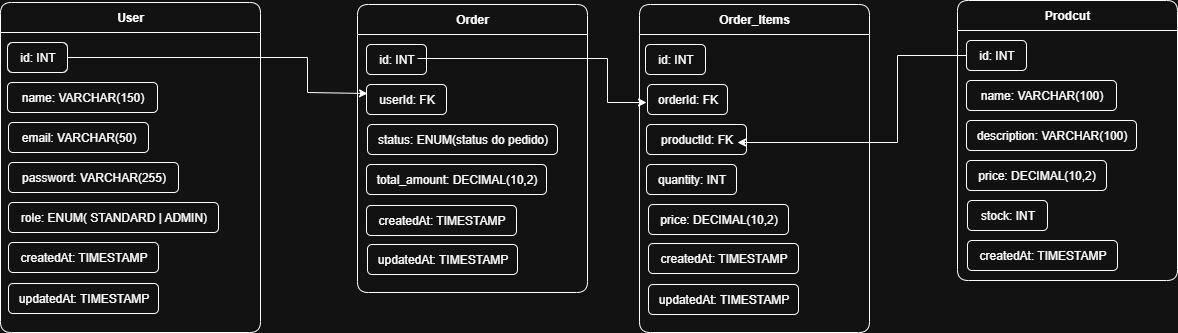
This is sale-candy-backend/diagrama database/sale-candy.drawio.png from antonioximens/sale-candy, a draw.io export, as it was before one commit. Source tidied: cells renumbered, new cells last; positions are measured from the earlier drawing's top-left corner, leaving out a move shared by most shapes. The source it was exported from:
```xml
<mxGraphModel background="#ffffff">
  <root>
    <mxCell id="0" />
    <mxCell id="1" parent="0" />
    <mxCell id="2" value="Prodcut" style="swimlane;whiteSpace=wrap;html=1;strokeColor=default;glass=0;shadow=0;rounded=1;startSize=30;arcSize=12;" parent="1" vertex="1">
      <mxGeometry x="957" width="220" height="280" as="geometry" />
    </mxCell>
    <mxCell id="3" value="id: INT" style="text;html=1;align=center;verticalAlign=middle;points=[];strokeColor=default;fillColor=none;glass=0;shadow=0;rounded=1;" parent="2" vertex="1">
      <mxGeometry x="9" y="40" width="60" height="30" as="geometry" />
    </mxCell>
    <mxCell id="4" value="name: VARCHAR(100)" style="text;html=1;align=center;verticalAlign=middle;strokeColor=default;fillColor=none;glass=0;shadow=0;rounded=1;" parent="2" vertex="1">
      <mxGeometry x="9" y="80" width="150" height="30" as="geometry" />
    </mxCell>
    <mxCell id="5" value="description: VARCHAR(100)" style="text;html=1;align=center;verticalAlign=middle;strokeColor=default;fillColor=none;glass=0;shadow=0;rounded=1;" parent="2" vertex="1">
      <mxGeometry x="9" y="120" width="170" height="30" as="geometry" />
    </mxCell>
    <mxCell id="6" value="price: DECIMAL(10,2)" style="text;html=1;align=center;verticalAlign=middle;strokeColor=default;fillColor=none;glass=0;shadow=0;rounded=1;" parent="2" vertex="1">
      <mxGeometry x="9" y="160" width="140" height="30" as="geometry" />
    </mxCell>
    <mxCell id="7" value="stock: INT" style="text;html=1;align=center;verticalAlign=middle;strokeColor=default;fillColor=none;glass=0;shadow=0;rounded=1;" parent="2" vertex="1">
      <mxGeometry x="10" y="200" width="80" height="30" as="geometry" />
    </mxCell>
    <mxCell id="8" value="createdAt: TIMESTAMP" style="text;html=1;align=center;verticalAlign=middle;strokeColor=default;fillColor=none;glass=0;shadow=0;rounded=1;" parent="2" vertex="1">
      <mxGeometry x="10" y="240" width="150" height="30" as="geometry" />
    </mxCell>
    <mxCell id="9" value="User" style="swimlane;whiteSpace=wrap;html=1;strokeColor=default;glass=0;shadow=0;rounded=1;startSize=30;arcSize=12;" parent="1" vertex="1">
      <mxGeometry y="2" width="260" height="330" as="geometry" />
    </mxCell>
    <mxCell id="10" value="id: INT" style="text;html=1;align=center;verticalAlign=middle;points=[];strokeColor=default;fillColor=none;glass=0;shadow=0;rounded=1;arcSize=18;" parent="9" vertex="1">
      <mxGeometry x="7" y="40" width="60" height="30" as="geometry" />
    </mxCell>
    <mxCell id="11" value="name: VARCHAR(150)" style="text;html=1;align=center;verticalAlign=middle;strokeColor=default;fillColor=none;glass=0;shadow=0;rounded=1;" parent="9" vertex="1">
      <mxGeometry x="7" y="80" width="150" height="30" as="geometry" />
    </mxCell>
    <mxCell id="12" value="email: VARCHAR(50)" style="text;html=1;align=center;verticalAlign=middle;strokeColor=default;fillColor=none;glass=0;shadow=0;rounded=1;" parent="9" vertex="1">
      <mxGeometry x="8" y="120" width="140" height="30" as="geometry" />
    </mxCell>
    <mxCell id="13" value="password: VARCHAR(255)" style="text;html=1;align=center;verticalAlign=middle;strokeColor=default;fillColor=none;glass=0;shadow=0;rounded=1;" parent="9" vertex="1">
      <mxGeometry x="8" y="160" width="170" height="30" as="geometry" />
    </mxCell>
    <mxCell id="14" value="role: ENUM( STANDARD | ADMIN)" style="text;html=1;align=center;verticalAlign=middle;strokeColor=default;fillColor=none;glass=0;shadow=0;rounded=1;" parent="9" vertex="1">
      <mxGeometry x="8" y="200" width="210" height="30" as="geometry" />
    </mxCell>
    <mxCell id="15" value="createdAt: TIMESTAMP" style="text;html=1;align=center;verticalAlign=middle;strokeColor=default;fillColor=none;glass=0;shadow=0;rounded=1;" parent="9" vertex="1">
      <mxGeometry x="8" y="240" width="150" height="30" as="geometry" />
    </mxCell>
    <mxCell id="16" value="updatedAt: TIMESTAMP" style="text;html=1;align=center;verticalAlign=middle;strokeColor=default;fillColor=none;glass=0;shadow=0;rounded=1;" parent="9" vertex="1">
      <mxGeometry x="8" y="281" width="150" height="30" as="geometry" />
    </mxCell>
    <mxCell id="17" value="updatedAt: TIMESTAMP" style="text;html=1;align=center;verticalAlign=middle;strokeColor=default;fillColor=none;glass=0;shadow=0;rounded=1;" parent="9" vertex="1">
      <mxGeometry x="367" y="242" width="150" height="30" as="geometry" />
    </mxCell>
    <mxCell id="18" value="updatedAt: TIMESTAMP" style="text;html=1;align=center;verticalAlign=middle;strokeColor=default;fillColor=none;glass=0;shadow=0;rounded=1;" parent="9" vertex="1">
      <mxGeometry x="648" y="282" width="150" height="30" as="geometry" />
    </mxCell>
    <mxCell id="19" value="Order" style="swimlane;whiteSpace=wrap;html=1;strokeColor=default;glass=0;shadow=0;rounded=1;startSize=30;arcSize=12;" parent="1" vertex="1">
      <mxGeometry x="357" y="4" width="230" height="288" as="geometry" />
    </mxCell>
    <mxCell id="20" value="id: INT" style="text;html=1;align=center;verticalAlign=middle;strokeColor=default;fillColor=none;glass=0;shadow=0;rounded=1;" parent="19" vertex="1">
      <mxGeometry x="9" y="40" width="60" height="30" as="geometry" />
    </mxCell>
    <mxCell id="21" value="userId: FK" style="text;html=1;align=center;verticalAlign=middle;strokeColor=default;fillColor=none;glass=0;shadow=0;rounded=1;" parent="19" vertex="1">
      <mxGeometry x="9" y="80" width="80" height="30" as="geometry" />
    </mxCell>
    <mxCell id="22" value="total_amount: DECIMAL(10,2)" style="text;html=1;align=center;verticalAlign=middle;strokeColor=default;fillColor=none;glass=0;shadow=0;rounded=1;" parent="19" vertex="1">
      <mxGeometry x="9" y="160" width="180" height="30" as="geometry" />
    </mxCell>
    <mxCell id="23" value="createdAt: TIMESTAMP" style="text;html=1;align=center;verticalAlign=middle;strokeColor=default;fillColor=none;glass=0;shadow=0;rounded=1;" parent="19" vertex="1">
      <mxGeometry x="9" y="201" width="150" height="30" as="geometry" />
    </mxCell>
    <mxCell id="24" value="status: ENUM(status do pedido)" style="text;html=1;align=center;verticalAlign=middle;strokeColor=default;fillColor=none;glass=0;shadow=0;rounded=1;" parent="19" vertex="1">
      <mxGeometry x="10" y="120" width="190" height="30" as="geometry" />
    </mxCell>
    <mxCell id="25" style="edgeStyle=none;rounded=0;jettySize=auto;html=1;elbow=vertical;" parent="1" edge="1" source="10">
      <mxGeometry relative="1" as="geometry">
        <mxPoint x="367" y="93" as="targetPoint" />
        <Array as="points">
          <mxPoint x="307" y="57" />
          <mxPoint x="307" y="92" />
        </Array>
      </mxGeometry>
    </mxCell>
    <mxCell id="26" value="Order_Items" style="swimlane;whiteSpace=wrap;html=1;strokeColor=default;glass=0;shadow=0;rounded=1;startSize=30;arcSize=12;" parent="1" vertex="1">
      <mxGeometry x="639" y="4" width="230" height="328" as="geometry" />
    </mxCell>
    <mxCell id="27" value="id: INT" style="text;html=1;align=center;verticalAlign=middle;strokeColor=default;fillColor=none;glass=0;shadow=0;rounded=1;" parent="26" vertex="1">
      <mxGeometry x="6" y="40" width="60" height="30" as="geometry" />
    </mxCell>
    <mxCell id="28" value="orderId: FK" style="text;html=1;align=center;verticalAlign=middle;points=[];strokeColor=default;fillColor=none;glass=0;shadow=0;rounded=1;" parent="26" vertex="1">
      <mxGeometry x="8" y="80" width="80" height="30" as="geometry" />
    </mxCell>
    <mxCell id="29" value="quantity: INT" style="text;html=1;align=center;verticalAlign=middle;strokeColor=default;fillColor=none;glass=0;shadow=0;rounded=1;" parent="26" vertex="1">
      <mxGeometry x="7" y="160" width="90" height="30" as="geometry" />
    </mxCell>
    <mxCell id="30" value="createdAt: TIMESTAMP" style="text;html=1;align=center;verticalAlign=middle;strokeColor=default;fillColor=none;glass=0;shadow=0;rounded=1;" parent="26" vertex="1">
      <mxGeometry x="9" y="239" width="150" height="30" as="geometry" />
    </mxCell>
    <mxCell id="31" value="productId: FK" style="text;html=1;align=center;verticalAlign=middle;strokeColor=default;fillColor=none;glass=0;shadow=0;rounded=1;" parent="26" vertex="1">
      <mxGeometry x="7" y="120" width="100" height="30" as="geometry" />
    </mxCell>
    <mxCell id="32" value="price: DECIMAL(10,2)" style="text;html=1;align=center;verticalAlign=middle;strokeColor=default;fillColor=none;glass=0;shadow=0;rounded=1;" parent="26" vertex="1">
      <mxGeometry x="9" y="200" width="140" height="30" as="geometry" />
    </mxCell>
    <mxCell id="33" style="edgeStyle=none;rounded=0;jettySize=auto;html=1;elbow=vertical;entryX=-0.012;entryY=0.6;entryDx=0;entryDy=0;entryPerimeter=0;" parent="1" edge="1" target="28">
      <mxGeometry relative="1" as="geometry">
        <mxPoint x="417" y="58" as="sourcePoint" />
        <Array as="points">
          <mxPoint x="607" y="58" />
          <mxPoint x="607" y="102" />
        </Array>
      </mxGeometry>
    </mxCell>
    <mxCell id="34" style="edgeStyle=none;rounded=0;jettySize=auto;html=1;elbow=vertical;" parent="1" edge="1" source="3">
      <mxGeometry relative="1" as="geometry">
        <mxPoint x="737" y="142" as="targetPoint" />
        <Array as="points">
          <mxPoint x="897" y="55" />
          <mxPoint x="897" y="142" />
        </Array>
      </mxGeometry>
    </mxCell>
  </root>
</mxGraphModel>
```
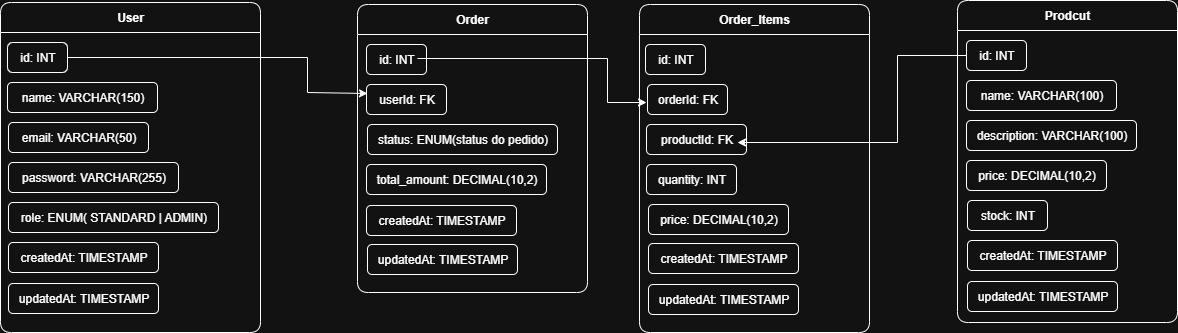
After the commit.

Commit message:
feat: criando tabela de Order

What changed in the source:
```diff
@@ -3,7 +3,7 @@
     <mxCell id="0" />
     <mxCell id="1" parent="0" />
     <mxCell id="2" value="Prodcut" style="swimlane;whiteSpace=wrap;html=1;strokeColor=default;glass=0;shadow=0;rounded=1;startSize=30;arcSize=12;" parent="1" vertex="1">
-      <mxGeometry x="957" width="220" height="280" as="geometry" />
+      <mxGeometry x="957" width="220" height="322" as="geometry" />
     </mxCell>
     <mxCell id="3" value="id: INT" style="text;html=1;align=center;verticalAlign=middle;points=[];strokeColor=default;fillColor=none;glass=0;shadow=0;rounded=1;" parent="2" vertex="1">
       <mxGeometry x="9" y="40" width="60" height="30" as="geometry" />
@@ -53,6 +53,9 @@
     <mxCell id="18" value="updatedAt: TIMESTAMP" style="text;html=1;align=center;verticalAlign=middle;strokeColor=default;fillColor=none;glass=0;shadow=0;rounded=1;" parent="9" vertex="1">
       <mxGeometry x="648" y="282" width="150" height="30" as="geometry" />
     </mxCell>
+    <mxCell id="35" value="updatedAt: TIMESTAMP" style="text;html=1;align=center;verticalAlign=middle;strokeColor=default;fillColor=none;glass=0;shadow=0;rounded=1;" parent="9" vertex="1">
+      <mxGeometry x="967" y="279" width="150" height="30" as="geometry" />
+    </mxCell>
     <mxCell id="19" value="Order" style="swimlane;whiteSpace=wrap;html=1;strokeColor=default;glass=0;shadow=0;rounded=1;startSize=30;arcSize=12;" parent="1" vertex="1">
       <mxGeometry x="357" y="4" width="230" height="288" as="geometry" />
     </mxCell>
```
